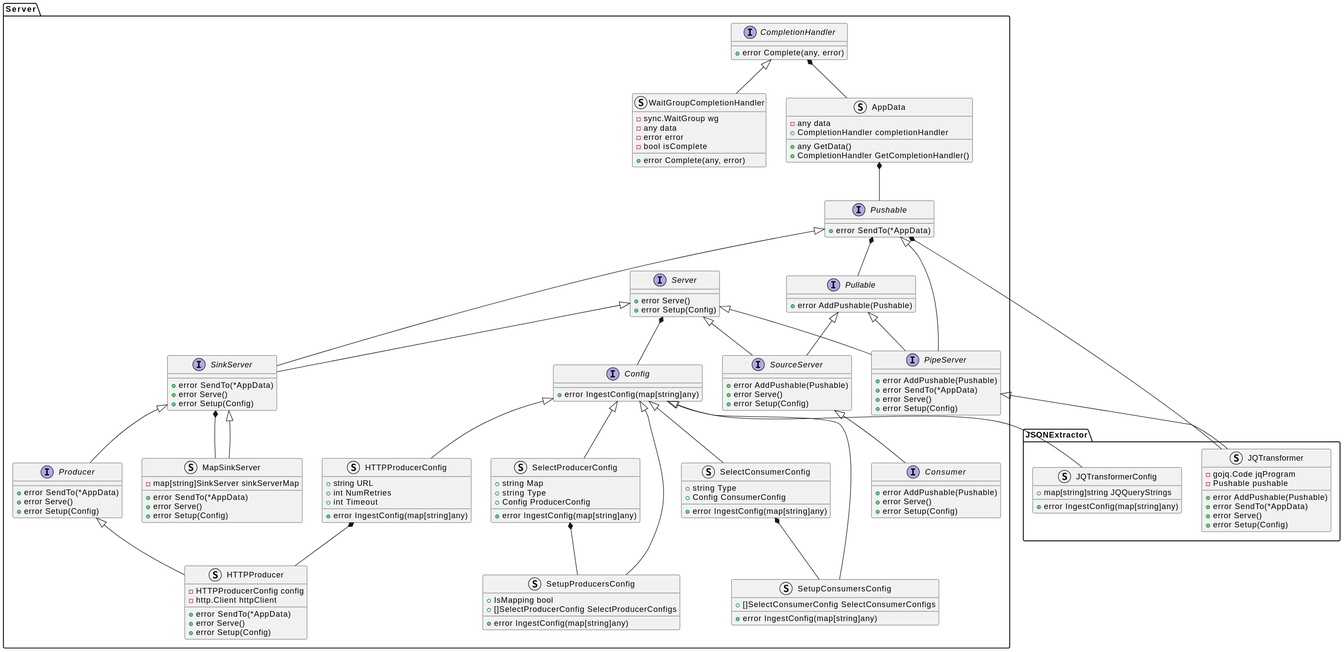
Before: docs/design_notes/DN1_JSON_Extractor/class_diagram.svg, a diagram exported from PlantUML (xtuml/otel2pv).
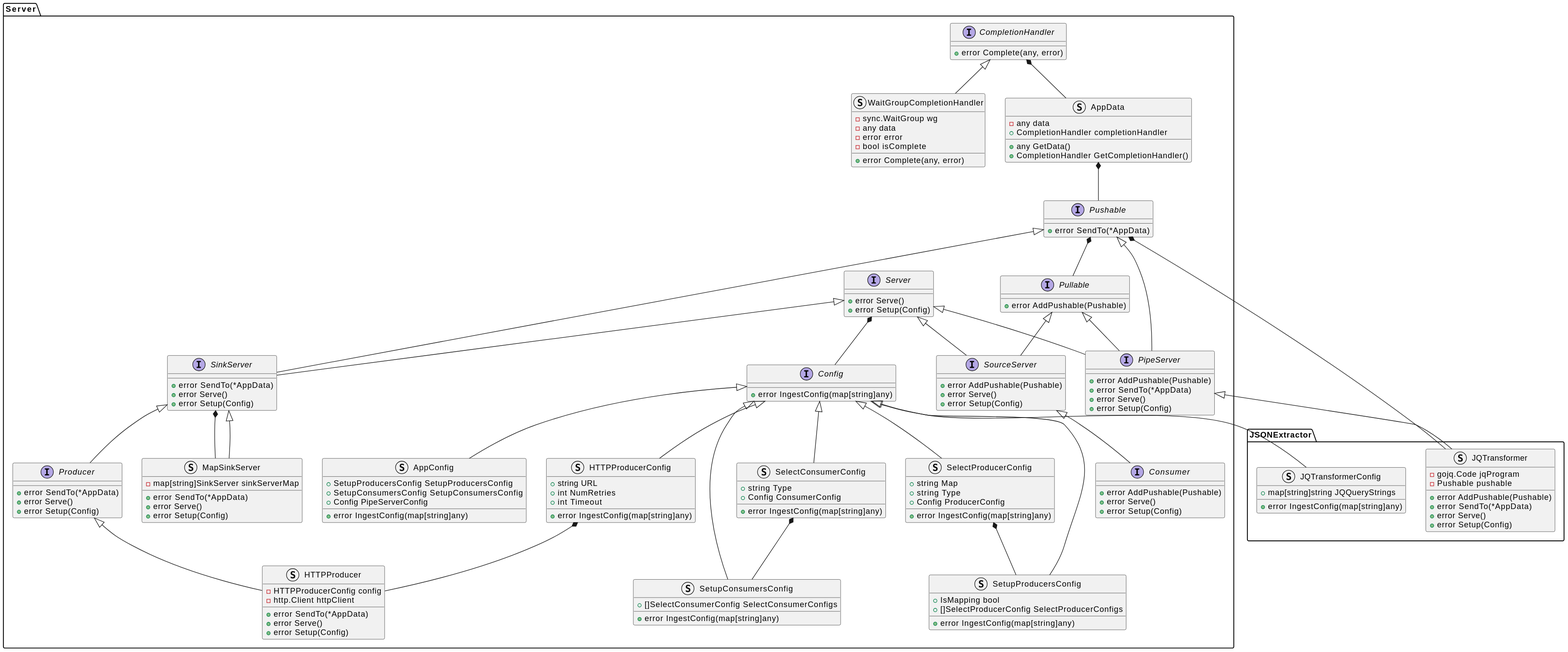
Above is the later version.

Commit message:
Cdsopv 86 create app config struct (#45)

Change to the diagram source:
```diff
@@ -108,6 +108,12 @@
         +[]SelectConsumerConfig SelectConsumerConfigs
         +error IngestConfig(map[string]any)
     }
+    struct AppConfig {
+        +SetupProducersConfig SetupProducersConfig
+        +SetupConsumersConfig SetupConsumersConfig
+        +Config PipeServerConfig
+        +error IngestConfig(map[string]any)
+    }
 }
 Server.CompletionHandler <|-- Server.WaitGroupCompletionHandler
 Server.CompletionHandler *-- Server.AppData
@@ -137,6 +143,7 @@
 Server.Config <|-- Server.SetupProducersConfig
 Server.Config <|-- Server.SelectConsumerConfig
 Server.Config <|-- Server.SetupConsumersConfig
+Server.Config <|-- Server.AppConfig
 Server.SelectProducerConfig *-- Server.SetupProducersConfig
 Server.SelectConsumerConfig *-- Server.SetupConsumersConfig
 Server.Producer <|-- Server.HTTPProducer
```
